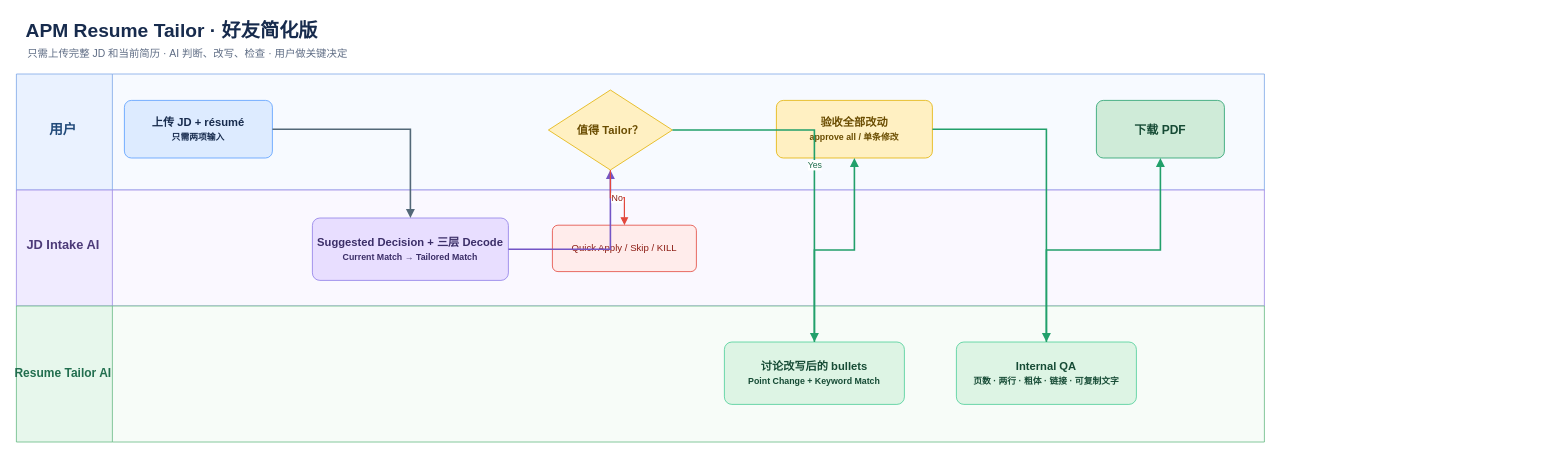
Above: friend-package/APM-Resume-Tailor-Friend/workflow.drawio in Saun321/apm-resume-tailor-skills (draw.io), before the change. Source tidied: cells renumbered, new cells numbered last; positions are measured from the earlier drawing's top-left corner, leaving out a move shared by most shapes. Both pictures are drawn from the tidied source at 80%, with x=0, y=0 at pixel (16, 14).
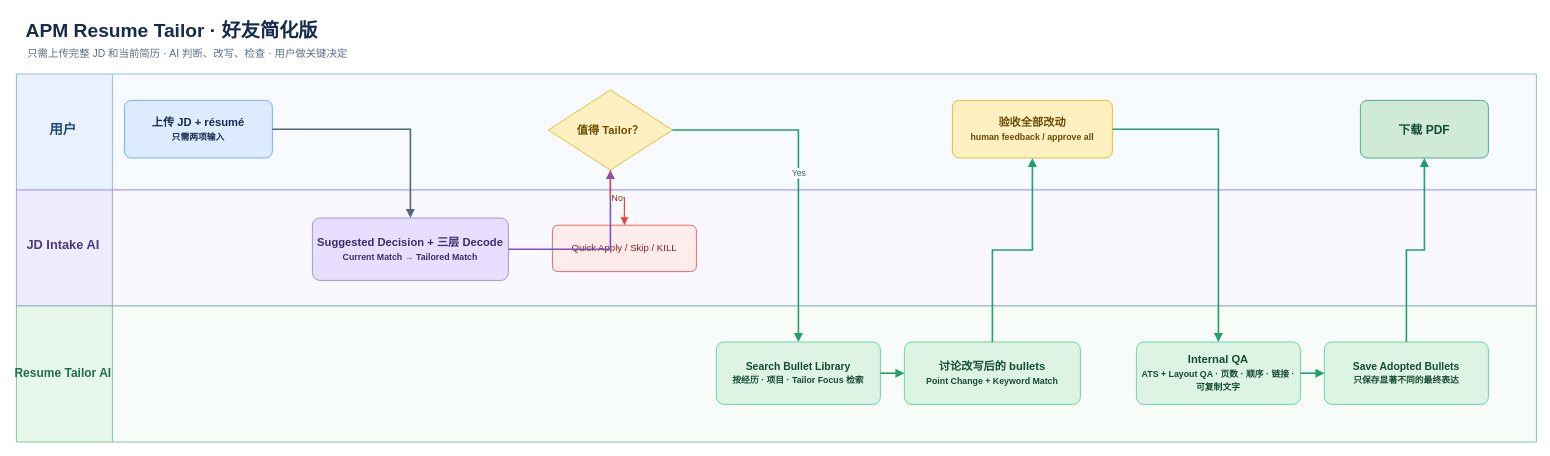
After the change.

Unchanged cells that the change refers to:
```xml
<mxCell id="12" value="值得 Tailor？" style="rhombus;whiteSpace=wrap;html=1;fillColor=#FFF0C2;strokeColor=#E2B203;fontSize=14;fontStyle=1;fontColor=#6A4C00;" parent="1" vertex="1">
  <mxGeometry x="665" y="95" width="155" height="100" as="geometry" />
</mxCell>
```

The edit, as a diff of the source:
```diff
@@
     <mxCell id="4" style="swimlane;html=1;horizontal=0;startSize=120;fillColor=#EAF2FF;swimlaneFillColor=#F7FAFF;strokeColor=#7EA7E8;" parent="1" vertex="1">
-      <mxGeometry y="75" width="1560" height="145" as="geometry" />
+      <mxGeometry y="75" width="1900" height="145" as="geometry" />
     </mxCell>
     <mxCell id="5" style="swimlane;html=1;horizontal=0;startSize=120;fillColor=#F0EBFF;swimlaneFillColor=#FAF8FF;strokeColor=#9C8AE5;" parent="1" vertex="1">
-      <mxGeometry y="220" width="1560" height="145" as="geometry" />
+      <mxGeometry y="220" width="1900" height="145" as="geometry" />
     </mxCell>
     <mxCell id="6" style="swimlane;html=1;horizontal=0;startSize=120;fillColor=#E7F7EC;swimlaneFillColor=#F7FCF8;strokeColor=#66B983;" parent="1" vertex="1">
-      <mxGeometry y="365" width="1560" height="170" as="geometry" />
+      <mxGeometry y="365" width="1900" height="170" as="geometry" />
     </mxCell>
@@
+    <mxCell id="25" value="Search Bullet Library&lt;br&gt;&lt;font style=&quot;font-size:11px&quot;&gt;按经历 · 项目 · Tailor Focus 检索&lt;/font&gt;" style="rounded=1;whiteSpace=wrap;html=1;fillColor=#DDF4E4;strokeColor=#4BCE97;fontSize=13;fontStyle=1;fontColor=#164B35;arcSize=12;" parent="1" vertex="1">
+      <mxGeometry x="875" y="410" width="205" height="78" as="geometry" />
+    </mxCell>
     <mxCell id="14" value="讨论改写后的 bullets&lt;br&gt;&lt;font style=&quot;font-size:11px&quot;&gt;Point Change + Keyword Match&lt;/font&gt;" style="rounded=1;whiteSpace=wrap;html=1;fillColor=#DDF4E4;strokeColor=#4BCE97;fontSize=14;fontStyle=1;fontColor=#164B35;arcSize=12;" parent="1" vertex="1">
-      <mxGeometry x="885" y="410" width="225" height="78" as="geometry" />
+      <mxGeometry x="1110" y="410" width="220" height="78" as="geometry" />
     </mxCell>
-    <mxCell id="15" value="验收全部改动&lt;br&gt;&lt;font style=&quot;font-size:11px&quot;&gt;approve all / 单条修改&lt;/font&gt;" style="rounded=1;whiteSpace=wrap;html=1;fillColor=#FFF0C2;strokeColor=#E2B203;fontSize=14;fontStyle=1;fontColor=#6A4C00;arcSize=12;" parent="1" vertex="1">
-      <mxGeometry x="950" y="108" width="195" height="72" as="geometry" />
+    <mxCell id="15" value="验收全部改动&lt;br&gt;&lt;font style=&quot;font-size:11px&quot;&gt;human feedback / approve all&lt;/font&gt;" style="rounded=1;whiteSpace=wrap;html=1;fillColor=#FFF0C2;strokeColor=#E2B203;fontSize=14;fontStyle=1;fontColor=#6A4C00;arcSize=12;" parent="1" vertex="1">
+      <mxGeometry x="1170" y="108" width="200" height="72" as="geometry" />
     </mxCell>
-    <mxCell id="16" value="Internal QA&lt;br&gt;&lt;font style=&quot;font-size:11px&quot;&gt;页数 · 两行 · 粗体 · 链接 · 可复制文字&lt;/font&gt;" style="rounded=1;whiteSpace=wrap;html=1;fillColor=#DDF4E4;strokeColor=#4BCE97;fontSize=14;fontStyle=1;fontColor=#164B35;arcSize=12;" parent="1" vertex="1">
-      <mxGeometry x="1175" y="410" width="225" height="78" as="geometry" />
+    <mxCell id="16" value="Internal QA&lt;br&gt;&lt;font style=&quot;font-size:11px&quot;&gt;ATS + Layout QA · 页数 · 顺序 · 链接 · 可复制文字&lt;/font&gt;" style="rounded=1;whiteSpace=wrap;html=1;fillColor=#DDF4E4;strokeColor=#4BCE97;fontSize=14;fontStyle=1;fontColor=#164B35;arcSize=12;" parent="1" vertex="1">
+      <mxGeometry x="1400" y="410" width="205" height="78" as="geometry" />
     </mxCell>
+    <mxCell id="26" value="Save Adopted Bullets&lt;br&gt;&lt;font style=&quot;font-size:11px&quot;&gt;只保存显著不同的最终表达&lt;/font&gt;" style="rounded=1;whiteSpace=wrap;html=1;fillColor=#DDF4E4;strokeColor=#4BCE97;fontSize=13;fontStyle=1;fontColor=#164B35;arcSize=12;" parent="1" vertex="1">
+      <mxGeometry x="1635" y="410" width="205" height="78" as="geometry" />
+    </mxCell>
     <mxCell id="17" value="下载 PDF" style="rounded=1;whiteSpace=wrap;html=1;fillColor=#CFEBD8;strokeColor=#22A06B;fontSize=15;fontStyle=1;fontColor=#164B35;arcSize=12;" parent="1" vertex="1">
-      <mxGeometry x="1350" y="108" width="160" height="72" as="geometry" />
+      <mxGeometry x="1680" y="108" width="160" height="72" as="geometry" />
     </mxCell>
@@
-    <mxCell id="20" value="Yes" style="edgeStyle=orthogonalEdgeStyle;rounded=0;html=1;strokeWidth=2;strokeColor=#22A06B;fontColor=#216E4E;endArrow=block;endFill=1;" parent="1" edge="1" source="12" target="14">
+    <mxCell id="20" value="Yes" style="edgeStyle=orthogonalEdgeStyle;rounded=0;html=1;strokeWidth=2;strokeColor=#22A06B;fontColor=#216E4E;endArrow=block;endFill=1;" parent="1" edge="1" source="12" target="25">
       <mxGeometry relative="1" as="geometry" />
     </mxCell>
@@
-    <mxCell id="22" style="edgeStyle=orthogonalEdgeStyle;rounded=0;html=1;strokeWidth=2;strokeColor=#22A06B;endArrow=block;endFill=1;" parent="1" edge="1" source="14" target="15">
+    <mxCell id="22" style="edgeStyle=orthogonalEdgeStyle;rounded=0;html=1;strokeWidth=2;strokeColor=#22A06B;endArrow=block;endFill=1;" parent="1" edge="1" source="25" target="14">
       <mxGeometry relative="1" as="geometry" />
     </mxCell>
-    <mxCell id="23" style="edgeStyle=orthogonalEdgeStyle;rounded=0;html=1;strokeWidth=2;strokeColor=#22A06B;endArrow=block;endFill=1;" parent="1" edge="1" source="15" target="16">
+    <mxCell id="23" style="edgeStyle=orthogonalEdgeStyle;rounded=0;html=1;strokeWidth=2;strokeColor=#22A06B;endArrow=block;endFill=1;" parent="1" edge="1" source="14" target="15">
       <mxGeometry relative="1" as="geometry" />
     </mxCell>
-    <mxCell id="24" style="edgeStyle=orthogonalEdgeStyle;rounded=0;html=1;strokeWidth=2;strokeColor=#22A06B;endArrow=block;endFill=1;" parent="1" edge="1" source="16" target="17">
+    <mxCell id="24" style="edgeStyle=orthogonalEdgeStyle;rounded=0;html=1;strokeWidth=2;strokeColor=#22A06B;endArrow=block;endFill=1;" parent="1" edge="1" source="15" target="16">
       <mxGeometry relative="1" as="geometry" />
     </mxCell>
+    <mxCell id="27" style="edgeStyle=orthogonalEdgeStyle;rounded=0;html=1;strokeWidth=2;strokeColor=#22A06B;endArrow=block;endFill=1;" parent="1" edge="1" source="16" target="26">
+      <mxGeometry relative="1" as="geometry" />
+    </mxCell>
+    <mxCell id="28" style="edgeStyle=orthogonalEdgeStyle;rounded=0;html=1;strokeWidth=2;strokeColor=#22A06B;endArrow=block;endFill=1;" parent="1" edge="1" source="26" target="17">
+      <mxGeometry relative="1" as="geometry" />
+    </mxCell>
```
